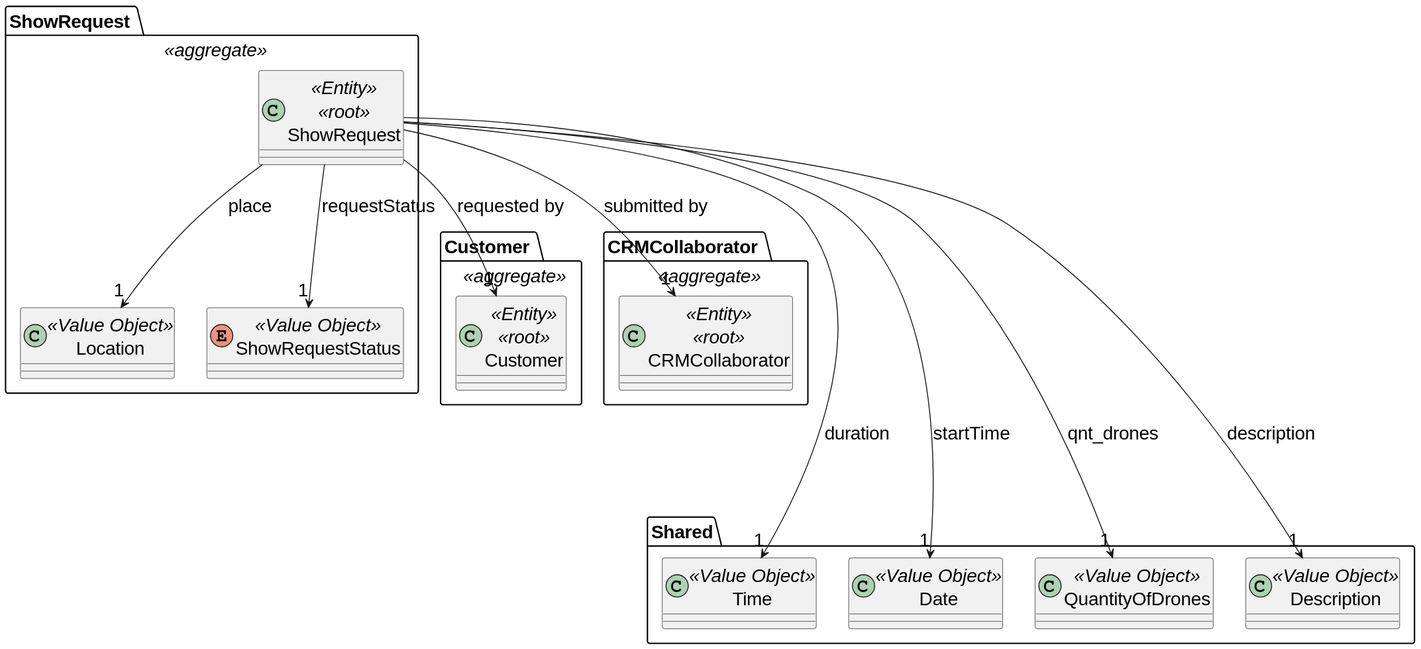
diogoveirospro/sem4pi-2024-2025-sem4pi_2024_2025_g44 keeps this PlantUML diagram as docs/global_artifacts/analysis/images/domain_model_show_request.svg. Above is the earlier version.
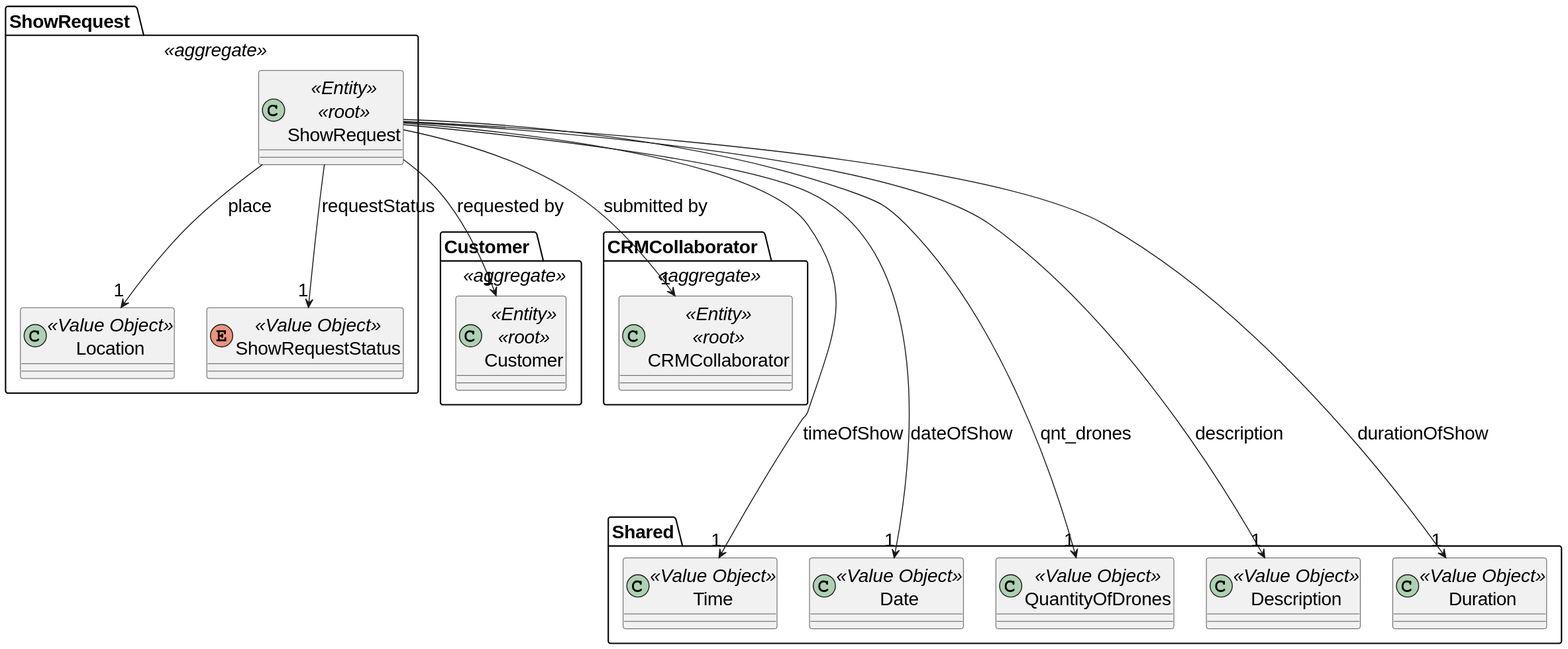
After the commit.

Commit message:
#6 Correction of ShowConfiguration and addition of duration in the domain model

Diff of the diagram source:
```diff
@@ -44,8 +44,12 @@
     class Description <<Value Object>>{
     }
 
-    ShowRequest ----> "1" Time : duration
-    ShowRequest ----> "1" Date : startTime
+    class Duration <<Value Object>>{
+    }
+
+    ShowRequest ----> "1" Duration : durationOfShow
+    ShowRequest ----> "1" Date : dateOfShow
+    ShowRequest ----> "1" Time : timeOfShow
     ShowRequest ----> "1" QuantityOfDrones: qnt_drones
     ShowRequest ----> "1" Description: description
 
```
